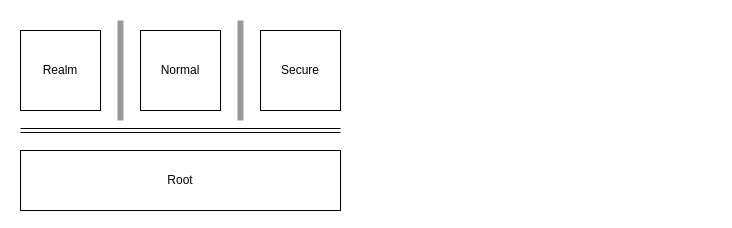
Above: Untitled Diagram.drawio in EdisonE3/vue_learn (draw.io), before the change. Source tidied: cells renumbered, new cells numbered last; positions are measured from the earlier drawing's top-left corner, leaving out a move shared by most shapes. Both pictures are drawn from the tidied source at 100%, with x=0, y=0 at pixel (20, 30).
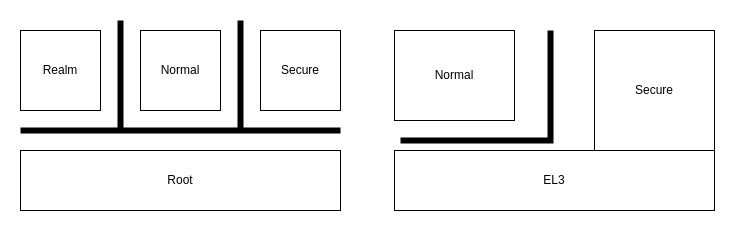
The same page after the edit.

Commit message:
Comparison Study

The edit, as a diff of the source:
```diff
@@
 <mxGraphModel>
   <root>
     <mxCell id="0" />
     <mxCell id="1" parent="0" />
     <mxCell id="2" value="Realm" style="whiteSpace=wrap;html=1;" parent="1" vertex="1">
       <mxGeometry width="80" height="80" as="geometry" />
     </mxCell>
     <mxCell id="3" value="Normal" style="whiteSpace=wrap;html=1;" parent="1" vertex="1">
       <mxGeometry x="120" width="80" height="80" as="geometry" />
     </mxCell>
     <mxCell id="4" value="Secure" style="whiteSpace=wrap;html=1;" parent="1" vertex="1">
       <mxGeometry x="240" width="80" height="80" as="geometry" />
     </mxCell>
     <mxCell id="5" value="Root" style="rounded=0;whiteSpace=wrap;html=1;" parent="1" vertex="1">
       <mxGeometry y="120" width="320" height="60" as="geometry" />
     </mxCell>
-    <mxCell id="6" style="endArrow=none;html=1;rounded=0;shape=link;strokeColor=#000000;shadow=0;sketch=0;fillColor=#e51400;" parent="1" edge="1">
+    <mxCell id="6" style="endArrow=none;html=1;rounded=0;strokeColor=#000000;shadow=0;sketch=0;fillColor=#e51400;strokeWidth=6;" parent="1" edge="1">
       <mxGeometry relative="1" as="geometry">
         <mxPoint y="100" as="sourcePoint" />
         <mxPoint x="320" y="100" as="targetPoint" />
       </mxGeometry>
     </mxCell>
-    <mxCell id="7" style="verticalLabelPosition=bottom;shadow=0;dashed=0;align=center;html=1;verticalAlign=top;strokeWidth=6;shape=mxgraph.mockup.markup.line;strokeColor=#999999;rotation=-90;" parent="1" vertex="1">
-      <mxGeometry x="50" y="30" width="100" height="20" as="geometry" />
+    <mxCell id="7" style="verticalLabelPosition=bottom;shadow=0;dashed=0;align=center;html=1;verticalAlign=top;strokeWidth=6;shape=mxgraph.mockup.markup.line;strokeColor=#000000;rotation=-90;" parent="1" vertex="1">
+      <mxGeometry x="45" y="35" width="110" height="20" as="geometry" />
     </mxCell>
-    <mxCell id="8" style="verticalLabelPosition=bottom;shadow=0;dashed=0;align=center;html=1;verticalAlign=top;strokeWidth=6;shape=mxgraph.mockup.markup.line;strokeColor=#999999;rotation=-90;" parent="1" vertex="1">
-      <mxGeometry x="170" y="30" width="100" height="20" as="geometry" />
+    <mxCell id="8" style="verticalLabelPosition=bottom;shadow=0;dashed=0;align=center;html=1;verticalAlign=top;strokeWidth=6;shape=mxgraph.mockup.markup.line;strokeColor=#000000;rotation=-90;" parent="1" vertex="1">
+      <mxGeometry x="165" y="35" width="110" height="20" as="geometry" />
     </mxCell>
+    <mxCell id="9" value="EL3" style="rounded=0;whiteSpace=wrap;html=1;" parent="1" vertex="1">
+      <mxGeometry x="374" y="120" width="320" height="60" as="geometry" />
+    </mxCell>
+    <mxCell id="10" value="Secure" style="rounded=0;whiteSpace=wrap;html=1;" parent="1" vertex="1">
+      <mxGeometry x="574" width="120" height="120" as="geometry" />
+    </mxCell>
+    <mxCell id="11" value="Normal" style="rounded=0;whiteSpace=wrap;html=1;" parent="1" vertex="1">
+      <mxGeometry x="374" width="120" height="90" as="geometry" />
+    </mxCell>
+    <mxCell id="12" style="edgeStyle=segmentEdgeStyle;endArrow=none;html=1;rounded=0;shadow=0;sketch=0;strokeColor=#000000;strokeWidth=6;endFill=0;" parent="1" edge="1">
+      <mxGeometry relative="1" as="geometry">
+        <mxPoint x="380" y="110" as="sourcePoint" />
+        <mxPoint x="530" as="targetPoint" />
+      </mxGeometry>
+    </mxCell>
   </root>
 </mxGraphModel>
```
